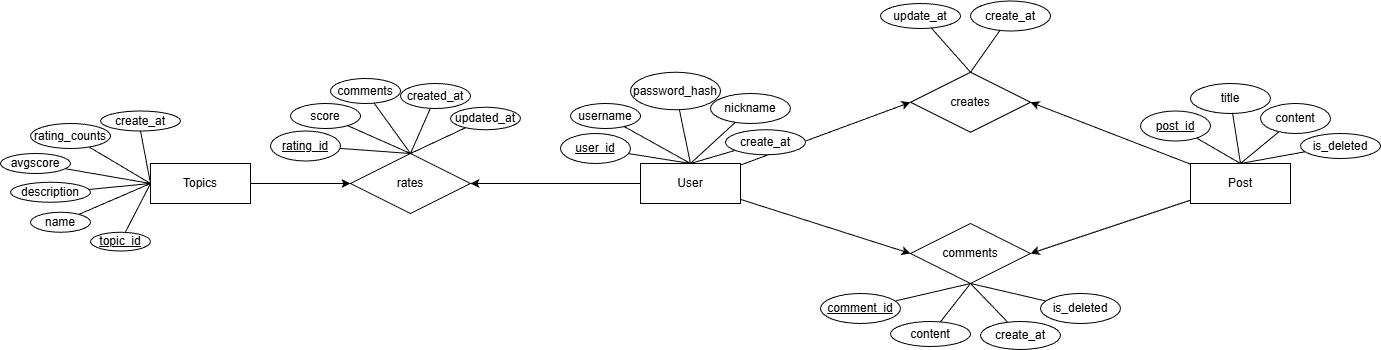
Nie-Tianyi/score_talk keeps this draw.io diagram as 5003_final_project.drawio.png. Above is the earlier version. Source tidied: cells renumbered, new cells last; positions are measured from the earlier drawing's top-left corner, leaving out a move shared by most shapes.
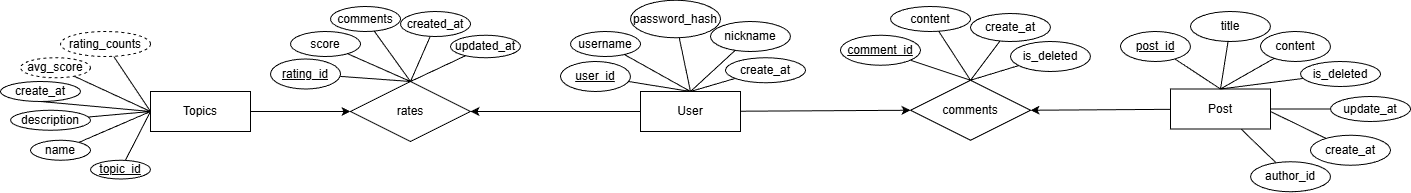
The same diagram one commit later.

The edit, as a diff of the source:
```diff
@@ -2,9 +2,6 @@
   <root>
     <mxCell id="0" />
     <mxCell id="1" parent="0" />
-    <mxCell id="2" style="rounded=0;jettySize=auto;html=1;entryX=0;entryY=0.5;entryDx=0;entryDy=0;" parent="1" edge="1" source="5" target="31">
-      <mxGeometry relative="1" as="geometry" />
-    </mxCell>
     <mxCell id="3" style="edgeStyle=orthogonalEdgeStyle;rounded=0;jettySize=auto;html=1;entryX=1;entryY=0.5;entryDx=0;entryDy=0;" parent="1" edge="1" source="5" target="46">
       <mxGeometry relative="1" as="geometry" />
     </mxCell>
@@ -44,20 +41,20 @@
     <mxCell id="15" value="create_at" style="ellipse;whiteSpace=wrap;html=1;align=center;" parent="1" vertex="1">
       <mxGeometry x="725" y="128.2" width="80" height="25" as="geometry" />
     </mxCell>
-    <mxCell id="16" style="rounded=0;jettySize=auto;html=1;entryX=1;entryY=0.5;entryDx=0;entryDy=0;" parent="1" edge="1" source="18" target="31">
-      <mxGeometry relative="1" as="geometry" />
-    </mxCell>
     <mxCell id="17" style="rounded=0;jettySize=auto;html=1;entryX=1;entryY=0.5;entryDx=0;entryDy=0;" parent="1" edge="1" source="18" target="57">
       <mxGeometry relative="1" as="geometry" />
     </mxCell>
+    <mxCell id="66" style="rounded=0;jettySize=auto;html=1;endArrow=none;endFill=0;" parent="1" edge="1" source="18" target="70">
+      <mxGeometry relative="1" as="geometry" />
+    </mxCell>
     <mxCell id="18" value="Post" style="whiteSpace=wrap;html=1;align=center;" parent="1" vertex="1">
-      <mxGeometry x="1190" y="162" width="100" height="40" as="geometry" />
+      <mxGeometry x="1170" y="159.5" width="100" height="40" as="geometry" />
     </mxCell>
     <mxCell id="19" style="rounded=0;jettySize=auto;html=1;entryX=0.5;entryY=0;entryDx=0;entryDy=0;strokeColor=default;endArrow=none;endFill=0;" parent="1" edge="1" source="20" target="18">
       <mxGeometry relative="1" as="geometry" />
     </mxCell>
     <mxCell id="20" value="post_id" style="ellipse;whiteSpace=wrap;html=1;align=center;fontStyle=4;" parent="1" vertex="1">
-      <mxGeometry x="1140" y="109.5" width="70" height="30" as="geometry" />
+      <mxGeometry x="1120" y="102" width="70" height="30" as="geometry" />
     </mxCell>
     <mxCell id="21" style="rounded=0;jettySize=auto;html=1;entryX=0.5;entryY=0;entryDx=0;entryDy=0;endArrow=none;endFill=0;" parent="1" edge="1" source="22" target="18">
       <mxGeometry relative="1" as="geometry" />
@@ -71,17 +68,19 @@
     <mxCell id="24" value="content" style="ellipse;whiteSpace=wrap;html=1;align=center;" parent="1" vertex="1">
       <mxGeometry x="1260" y="102" width="70" height="30" as="geometry" />
     </mxCell>
-    <mxCell id="25" style="rounded=0;jettySize=auto;html=1;endArrow=none;endFill=0;entryX=0.5;entryY=0;entryDx=0;entryDy=0;" parent="1" edge="1" source="26" target="31">
-      <mxGeometry relative="1" as="geometry" />
+    <mxCell id="25" style="rounded=0;jettySize=auto;html=1;endArrow=none;endFill=0;" parent="1" edge="1" source="26">
+      <mxGeometry relative="1" as="geometry">
+        <mxPoint x="1270" y="182" as="targetPoint" />
+      </mxGeometry>
     </mxCell>
     <mxCell id="26" value="create_at" style="ellipse;whiteSpace=wrap;html=1;align=center;" parent="1" vertex="1">
-      <mxGeometry x="970" y="-0.5" width="80" height="30" as="geometry" />
+      <mxGeometry x="1310" y="205.8" width="80" height="30" as="geometry" />
     </mxCell>
-    <mxCell id="27" style="rounded=0;jettySize=auto;html=1;entryX=0.5;entryY=0;entryDx=0;entryDy=0;endArrow=none;endFill=0;" parent="1" edge="1" source="28" target="31">
+    <mxCell id="27" style="rounded=0;jettySize=auto;html=1;entryX=1;entryY=0.5;entryDx=0;entryDy=0;endArrow=none;endFill=0;" parent="1" edge="1" source="28" target="18">
       <mxGeometry relative="1" as="geometry" />
     </mxCell>
     <mxCell id="28" value="update_at" style="ellipse;whiteSpace=wrap;html=1;align=center;" parent="1" vertex="1">
-      <mxGeometry x="880" y="2" width="80" height="25" as="geometry" />
+      <mxGeometry x="1330" y="167" width="80" height="25" as="geometry" />
     </mxCell>
     <mxCell id="29" style="rounded=0;jettySize=auto;html=1;endArrow=none;endFill=0;entryX=0.5;entryY=0;entryDx=0;entryDy=0;" parent="1" edge="1" source="30" target="18">
       <mxGeometry relative="1" as="geometry" />
@@ -89,9 +88,6 @@
     <mxCell id="30" value="is_deleted" style="ellipse;whiteSpace=wrap;html=1;align=center;" parent="1" vertex="1">
       <mxGeometry x="1300" y="132" width="80" height="25" as="geometry" />
     </mxCell>
-    <mxCell id="31" value="creates" style="shape=rhombus;perimeter=rhombusPerimeter;whiteSpace=wrap;html=1;align=center;" parent="1" vertex="1">
-      <mxGeometry x="910" y="70.8" width="120" height="60" as="geometry" />
-    </mxCell>
     <mxCell id="32" style="edgeStyle=orthogonalEdgeStyle;rounded=0;jettySize=auto;html=1;entryX=0;entryY=0.5;entryDx=0;entryDy=0;" parent="1" edge="1" source="33" target="46">
       <mxGeometry relative="1" as="geometry" />
     </mxCell>
@@ -116,23 +112,11 @@
     <mxCell id="39" value="description" style="ellipse;whiteSpace=wrap;html=1;align=center;" parent="1" vertex="1">
       <mxGeometry x="10" y="180.8" width="80" height="20" as="geometry" />
     </mxCell>
-    <mxCell id="40" style="rounded=0;jettySize=auto;html=1;endArrow=none;endFill=0;entryX=0;entryY=0.5;entryDx=0;entryDy=0;" parent="1" edge="1" source="41" target="33">
-      <mxGeometry relative="1" as="geometry" />
-    </mxCell>
-    <mxCell id="41" value="avgscore" style="ellipse;whiteSpace=wrap;html=1;align=center;" parent="1" vertex="1">
-      <mxGeometry y="152" width="70" height="20" as="geometry" />
-    </mxCell>
-    <mxCell id="42" style="rounded=0;jettySize=auto;html=1;entryX=0;entryY=0.5;entryDx=0;entryDy=0;endArrow=none;endFill=0;" parent="1" edge="1" source="43" target="33">
-      <mxGeometry relative="1" as="geometry" />
-    </mxCell>
-    <mxCell id="43" value="rating_counts" style="ellipse;whiteSpace=wrap;html=1;align=center;" parent="1" vertex="1">
-      <mxGeometry x="30" y="122" width="80" height="25" as="geometry" />
-    </mxCell>
     <mxCell id="44" style="rounded=0;jettySize=auto;html=1;entryX=0;entryY=0.5;entryDx=0;entryDy=0;endArrow=none;endFill=0;exitX=0.5;exitY=1;exitDx=0;exitDy=0;" parent="1" edge="1" source="45" target="33">
       <mxGeometry relative="1" as="geometry" />
     </mxCell>
     <mxCell id="45" value="create_at" style="ellipse;whiteSpace=wrap;html=1;align=center;" parent="1" vertex="1">
-      <mxGeometry x="100" y="109.5" width="80" height="20" as="geometry" />
+      <mxGeometry y="152" width="80" height="20" as="geometry" />
     </mxCell>
     <mxCell id="46" value="rates" style="shape=rhombus;perimeter=rhombusPerimeter;whiteSpace=wrap;html=1;align=center;" parent="1" vertex="1">
       <mxGeometry x="350" y="152" width="120" height="60" as="geometry" />
@@ -168,39 +152,50 @@
       <mxGeometry x="450" y="105.8" width="70" height="22.5" as="geometry" />
     </mxCell>
     <mxCell id="57" value="comments" style="shape=rhombus;perimeter=rhombusPerimeter;whiteSpace=wrap;html=1;align=center;" parent="1" vertex="1">
-      <mxGeometry x="910" y="222" width="120" height="60" as="geometry" />
+      <mxGeometry x="910" y="150.8" width="120" height="60" as="geometry" />
     </mxCell>
-    <mxCell id="58" style="rounded=0;jettySize=auto;html=1;entryX=0.5;entryY=1;entryDx=0;entryDy=0;endArrow=none;endFill=0;" parent="1" edge="1" source="59">
-      <mxGeometry relative="1" as="geometry">
-        <mxPoint x="970" y="282" as="targetPoint" />
-      </mxGeometry>
+    <mxCell id="58" style="rounded=0;jettySize=auto;html=1;endArrow=none;endFill=0;entryX=0.5;entryY=0;entryDx=0;entryDy=0;" parent="1" edge="1" source="59" target="57">
+      <mxGeometry relative="1" as="geometry" />
     </mxCell>
     <mxCell id="59" value="comment_id" style="ellipse;whiteSpace=wrap;html=1;align=center;fontStyle=4;" parent="1" vertex="1">
-      <mxGeometry x="820" y="292" width="80" height="30" as="geometry" />
+      <mxGeometry x="840" y="105.8" width="80" height="30" as="geometry" />
     </mxCell>
-    <mxCell id="60" style="rounded=0;jettySize=auto;html=1;endArrow=none;endFill=0;" parent="1" edge="1" source="61">
-      <mxGeometry relative="1" as="geometry">
-        <mxPoint x="970" y="282" as="targetPoint" />
-      </mxGeometry>
+    <mxCell id="60" style="rounded=0;jettySize=auto;html=1;endArrow=none;endFill=0;entryX=0.5;entryY=0;entryDx=0;entryDy=0;" parent="1" edge="1" source="61" target="57">
+      <mxGeometry relative="1" as="geometry" />
     </mxCell>
     <mxCell id="61" value="content" style="ellipse;whiteSpace=wrap;html=1;align=center;" parent="1" vertex="1">
-      <mxGeometry x="890" y="320" width="80" height="25" as="geometry" />
+      <mxGeometry x="890" y="77" width="80" height="25" as="geometry" />
     </mxCell>
-    <mxCell id="62" style="rounded=0;jettySize=auto;html=1;endArrow=none;endFill=0;" parent="1" edge="1" source="63">
-      <mxGeometry relative="1" as="geometry">
-        <mxPoint x="970" y="282" as="targetPoint" />
-      </mxGeometry>
+    <mxCell id="62" style="rounded=0;jettySize=auto;html=1;endArrow=none;endFill=0;entryX=0.5;entryY=0;entryDx=0;entryDy=0;" parent="1" edge="1" source="63" target="57">
+      <mxGeometry relative="1" as="geometry" />
     </mxCell>
     <mxCell id="63" value="create_at" style="ellipse;whiteSpace=wrap;html=1;align=center;" parent="1" vertex="1">
-      <mxGeometry x="980" y="320" width="80" height="28" as="geometry" />
+      <mxGeometry x="970" y="84" width="80" height="28" as="geometry" />
     </mxCell>
-    <mxCell id="64" style="rounded=0;jettySize=auto;html=1;endArrow=none;endFill=0;" parent="1" edge="1" source="65">
-      <mxGeometry relative="1" as="geometry">
-        <mxPoint x="970" y="282" as="targetPoint" />
-      </mxGeometry>
+    <mxCell id="64" style="rounded=0;jettySize=auto;html=1;endArrow=none;endFill=0;entryX=0.5;entryY=0;entryDx=0;entryDy=0;" parent="1" edge="1" source="65" target="57">
+      <mxGeometry relative="1" as="geometry" />
     </mxCell>
     <mxCell id="65" value="is_deleted" style="ellipse;whiteSpace=wrap;html=1;align=center;" parent="1" vertex="1">
-      <mxGeometry x="1040" y="292" width="80" height="30" as="geometry" />
+      <mxGeometry x="1010" y="112" width="80" height="30" as="geometry" />
     </mxCell>
+    <mxCell id="67" style="rounded=0;jettySize=auto;html=1;endArrow=none;endFill=0;" parent="1" edge="1" source="68">
+      <mxGeometry relative="1" as="geometry">
+        <mxPoint x="150" y="182" as="targetPoint" />
+      </mxGeometry>
+    </mxCell>
+    <mxCell id="68" value="avg_score" style="ellipse;whiteSpace=wrap;html=1;align=center;dashed=1;" parent="1" vertex="1">
+      <mxGeometry x="20" y="128.2" width="70" height="20" as="geometry" />
+    </mxCell>
+    <mxCell id="69" style="rounded=0;jettySize=auto;html=1;endArrow=none;endFill=0;" parent="1" edge="1" source="43">
+      <mxGeometry relative="1" as="geometry">
+        <mxPoint x="150" y="182" as="targetPoint" />
+      </mxGeometry>
+    </mxCell>
+    <mxCell id="43" value="rating_counts" style="ellipse;whiteSpace=wrap;html=1;align=center;dashed=1;" parent="1" vertex="1">
+      <mxGeometry x="60" y="102" width="90" height="25" as="geometry" />
+    </mxCell>
+    <mxCell id="70" value="author_id" style="ellipse;whiteSpace=wrap;html=1;align=center;" parent="1" vertex="1">
+      <mxGeometry x="1250" y="232.2" width="80" height="30" as="geometry" />
+    </mxCell>
   </root>
 </mxGraphModel>
```
